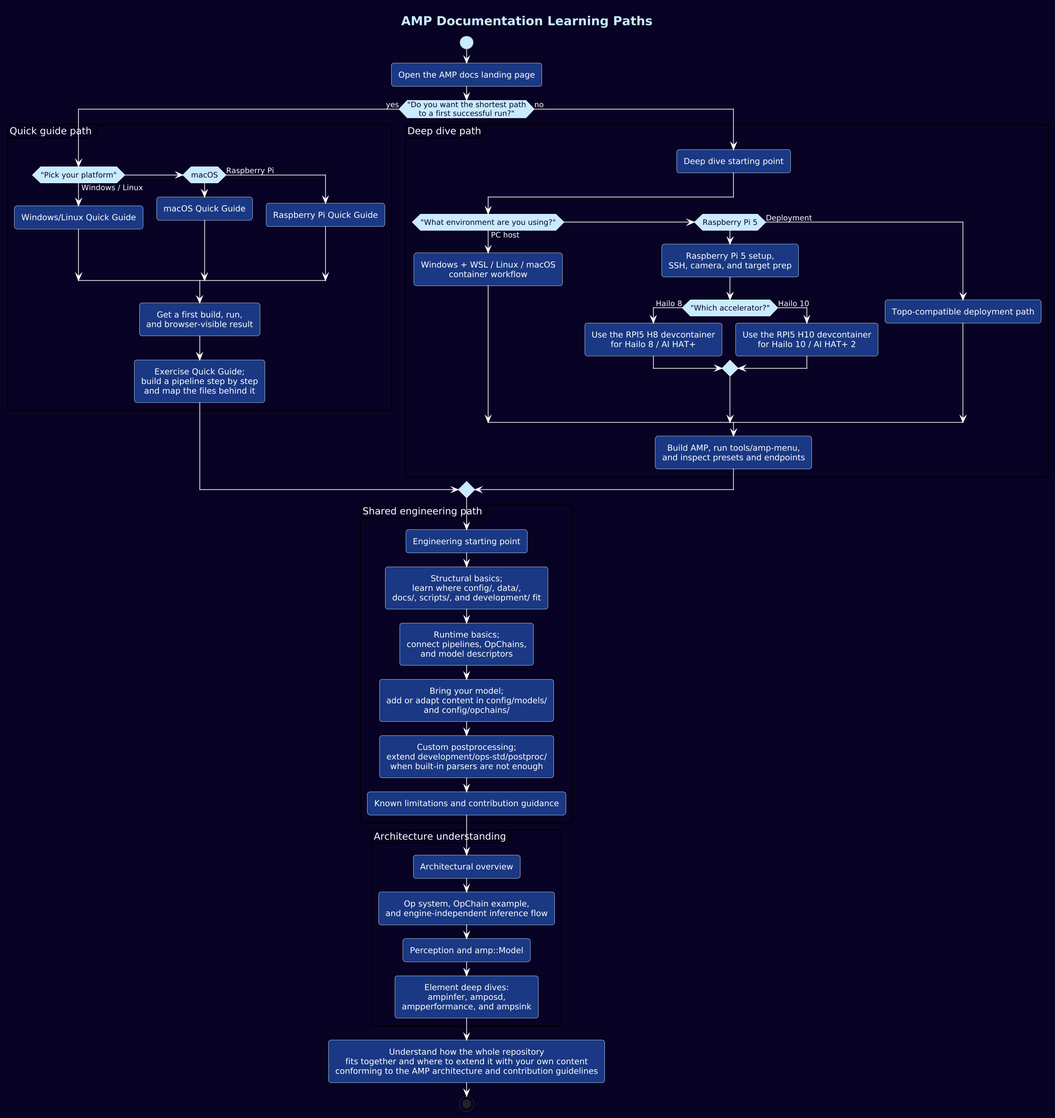
Above: docs/static/img/documentation-paths.png in arm/open-perception-kit (PlantUML), before the change.
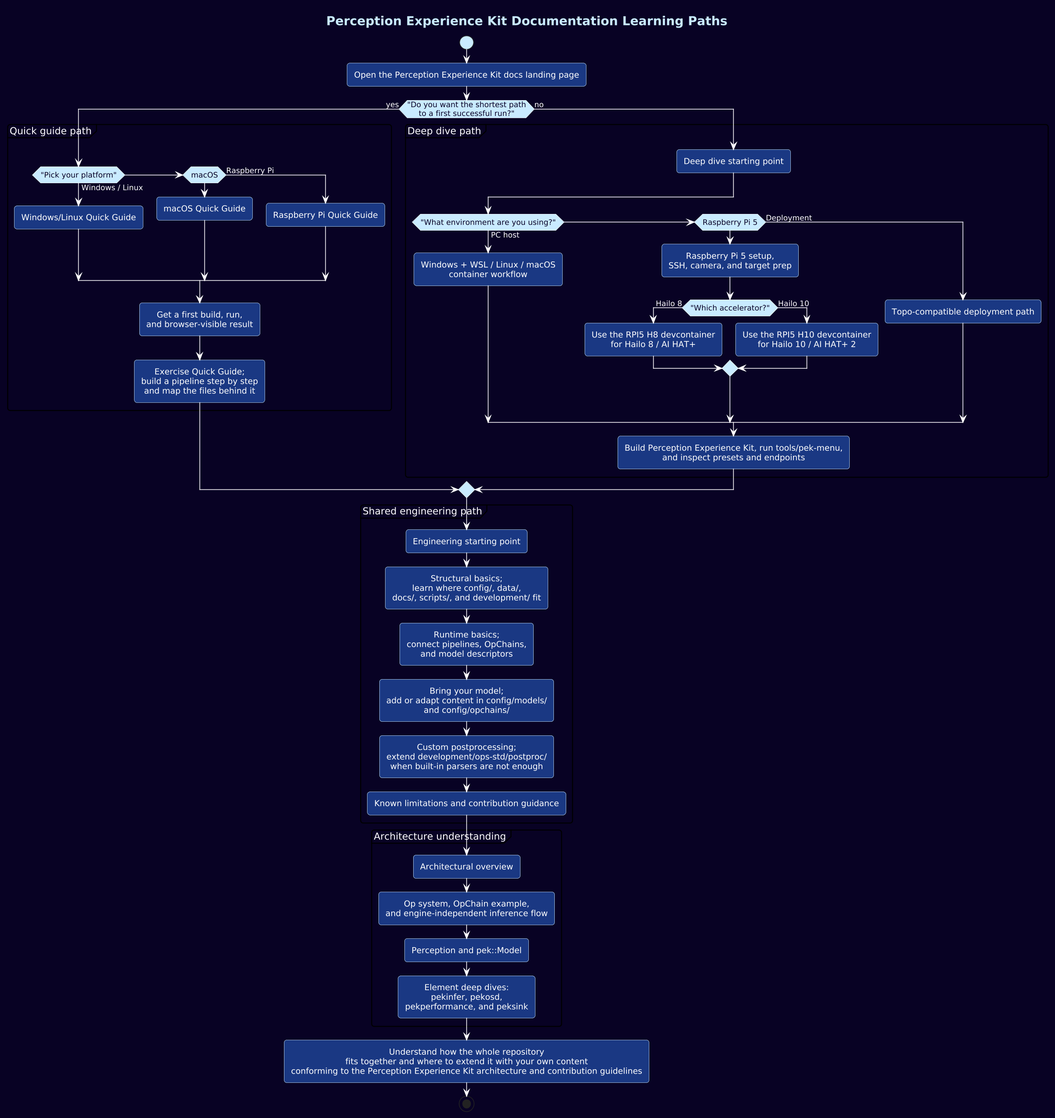
After the change.

Diff of the diagram source:
```diff
@@ -1,11 +1,11 @@
 @startuml
-!include amp-style.puml
+!include pek-style.puml
 
-title AMP Documentation Learning Paths
+title Perception Experience Kit Documentation Learning Paths
 
 start
 
-:Open the AMP docs landing page;
+:Open the Perception Experience Kit docs landing page;
 
 if ("Do you want the shortest path\nto a first successful run?") then (yes)
   partition "Quick guide path" {
@@ -34,7 +34,7 @@
     else (Deployment)
       :Topo-compatible deployment path;
     endif
-    :Build AMP, run tools/amp-menu,\nand inspect presets and endpoints;
+    :Build Perception Experience Kit, run tools/pek-menu,\nand inspect presets and endpoints;
   }
 endif
 
@@ -50,11 +50,11 @@
 partition "Architecture understanding" {
   :Architectural overview;
   :Op system, OpChain example,\nand engine-independent inference flow;
-  :Perception and amp::Model;
-  :Element deep dives:\nampinfer, amposd,\nampperformance, and ampsink;
+  :Perception and pek::Model;
+  :Element deep dives:\npekinfer, pekosd,\npekperformance, and peksink;
 }
 
-:Understand how the whole repository\nfits together and where to extend it with your own content\nconforming to the AMP architecture and contribution guidelines;
+:Understand how the whole repository\nfits together and where to extend it with your own content\nconforming to the Perception Experience Kit architecture and contribution guidelines;
 stop
 
 @enduml
```
